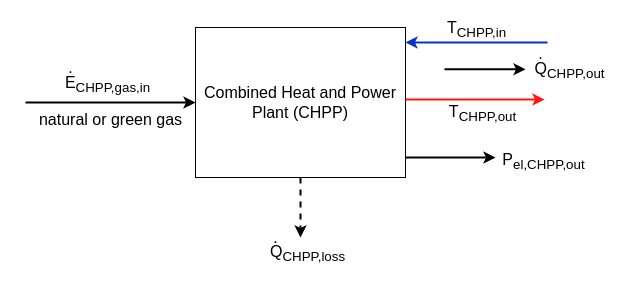
Above: docs/fig/source_files/221021_CHPP.drawio in QuaSi-Software/Documentation (draw.io), before the change. Source tidied: cells renumbered, new cells numbered last; positions are measured from the earlier drawing's top-left corner, leaving out a move shared by most shapes. Both pictures are drawn from the tidied source at 100%, with x=0, y=0 at pixel (25, 27).
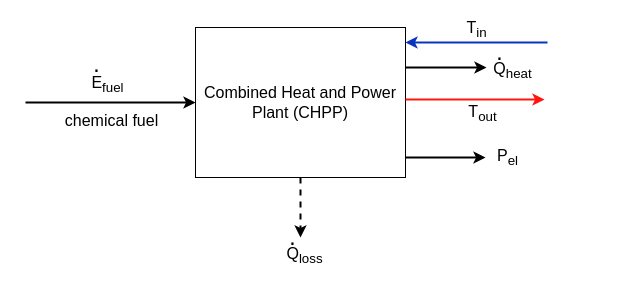
The same page after the edit.

Commit message (it also covers changes not shown here):
Update section on CHPP for changes in conventions and implementation of PLRDE.

The change refers to these unchanged cells:
```xml
<mxCell id="15" style="endArrow=classic;html=1;rounded=0;fontSize=19;entryX=-0.009;entryY=0.171;entryDx=0;entryDy=0;entryPerimeter=0;fillColor=#dae8fc;strokeColor=#0A34BF;strokeWidth=2;" parent="1" edge="1">
  <mxGeometry relative="1" as="geometry">
    <mxPoint x="522" y="15" as="sourcePoint" />
    <mxPoint x="380" y="15" as="targetPoint" />
  </mxGeometry>
</mxCell>
<mxCell id="17" style="endArrow=classic;html=1;rounded=0;fontSize=19;strokeColor=#FF170F;strokeWidth=2;" parent="1" edge="1">
  <mxGeometry relative="1" as="geometry">
    <mxPoint x="380" y="72" as="sourcePoint" />
    <mxPoint x="519" y="72" as="targetPoint" />
  </mxGeometry>
</mxCell>
```

Diff of the diagram source:
```diff
@@
-    <mxCell id="3" value="natural or green gas" style="text;html=1;align=center;verticalAlign=middle;strokeColor=none;fillColor=none;fontSize=16;" parent="1" vertex="1">
-      <mxGeometry y="77" width="170" height="30" as="geometry" />
+    <mxCell id="3" value="chemical fuel" style="text;html=1;align=center;verticalAlign=middle;strokeColor=none;fillColor=none;fontSize=16;" parent="1" vertex="1">
+      <mxGeometry x="30" y="77" width="111" height="31" as="geometry" />
     </mxCell>
-    <mxCell id="4" value="&lt;font style=&quot;font-size: 16px;&quot;&gt;E&lt;sub&gt;CHPP,g&lt;/sub&gt;&lt;sub style=&quot;&quot;&gt;as,in&lt;/sub&gt;&lt;/font&gt;" style="text;html=1;align=center;verticalAlign=middle;strokeColor=none;fillColor=none;fontSize=16;" parent="1" vertex="1">
-      <mxGeometry x="27" y="37" width="110" height="40" as="geometry" />
+    <mxCell id="4" value="&lt;font style=&quot;font-size: 16px;&quot;&gt;E&lt;sub style=&quot;&quot;&gt;fuel&lt;/sub&gt;&lt;/font&gt;" style="text;html=1;align=center;verticalAlign=middle;strokeColor=none;fillColor=none;fontSize=16;" parent="1" vertex="1">
+      <mxGeometry x="52" y="37" width="60" height="40" as="geometry" />
     </mxCell>
-    <mxCell id="5" value="." style="text;html=1;align=center;verticalAlign=middle;strokeColor=none;fillColor=none;fontSize=16;" parent="1" vertex="1">
-      <mxGeometry x="30" y="25" width="30" height="30" as="geometry" />
+    <mxCell id="5" value="." style="text;html=1;align=center;verticalAlign=middle;strokeColor=none;fillColor=none;fontSize=23;" parent="1" vertex="1">
+      <mxGeometry x="56" y="17" width="30" height="40" as="geometry" />
     </mxCell>
     <mxCell id="6" style="endArrow=classic;html=1;rounded=0;fontSize=16;strokeWidth=2;" parent="1" edge="1">
       <mxGeometry relative="1" as="geometry">
-        <mxPoint x="419" y="41.8" as="sourcePoint" />
-        <mxPoint x="500" y="41.8" as="targetPoint" />
+        <mxPoint x="380" y="40" as="sourcePoint" />
+        <mxPoint x="461" y="40" as="targetPoint" />
       </mxGeometry>
     </mxCell>
     <mxCell id="7" style="endArrow=classic;html=1;rounded=0;fontSize=16;strokeWidth=2;" parent="1" edge="1">
       <mxGeometry relative="1" as="geometry">
         <mxPoint x="370" y="130" as="sourcePoint" />
-        <mxPoint x="470" y="130" as="targetPoint" />
+        <mxPoint x="460" y="130" as="targetPoint" />
       </mxGeometry>
     </mxCell>
@@
-    <mxCell id="9" value="Q&lt;sub&gt;CHPP,out&lt;/sub&gt;" style="text;html=1;align=center;verticalAlign=middle;strokeColor=none;fillColor=none;fontSize=16;" parent="1" vertex="1">
-      <mxGeometry x="499" y="23" width="90" height="40" as="geometry" />
+    <mxCell id="9" value="Q&lt;sub&gt;heat&lt;/sub&gt;" style="text;html=1;align=center;verticalAlign=middle;strokeColor=none;fillColor=none;fontSize=16;" parent="1" vertex="1">
+      <mxGeometry x="457" y="23" width="60" height="40" as="geometry" />
     </mxCell>
-    <mxCell id="10" value="P&lt;sub&gt;el,CHPP,out&lt;/sub&gt;" style="text;html=1;align=center;verticalAlign=middle;strokeColor=none;fillColor=none;fontSize=16;" parent="1" vertex="1">
-      <mxGeometry x="463" y="114" width="110" height="40" as="geometry" />
+    <mxCell id="10" value="P&lt;sub&gt;el&lt;/sub&gt;" style="text;html=1;align=center;verticalAlign=middle;strokeColor=none;fillColor=none;fontSize=16;" parent="1" vertex="1">
+      <mxGeometry x="462" y="110" width="40" height="40" as="geometry" />
     </mxCell>
-    <mxCell id="11" value="Q&lt;sub&gt;CHPP,loss&lt;/sub&gt;" style="text;html=1;align=center;verticalAlign=middle;strokeColor=none;fillColor=none;fontSize=16;" parent="1" vertex="1">
-      <mxGeometry x="232" y="206" width="100" height="40" as="geometry" />
+    <mxCell id="11" value="Q&lt;sub&gt;loss&lt;/sub&gt;" style="text;html=1;align=center;verticalAlign=middle;strokeColor=none;fillColor=none;fontSize=16;" parent="1" vertex="1">
+      <mxGeometry x="249" y="208" width="60" height="40" as="geometry" />
     </mxCell>
-    <mxCell id="12" value="." style="text;html=1;align=center;verticalAlign=middle;strokeColor=none;fillColor=none;fontSize=16;" parent="1" vertex="1">
-      <mxGeometry x="235" y="195" width="30" height="30" as="geometry" />
+    <mxCell id="12" value="." style="text;html=1;align=center;verticalAlign=middle;strokeColor=none;fillColor=none;fontSize=23;" parent="1" vertex="1">
+      <mxGeometry x="252" y="190" width="30" height="40" as="geometry" />
     </mxCell>
-    <mxCell id="13" value="." style="text;html=1;align=center;verticalAlign=middle;strokeColor=none;fillColor=none;fontSize=16;" parent="1" vertex="1">
-      <mxGeometry x="500" y="11" width="30" height="30" as="geometry" />
+    <mxCell id="13" value="." style="text;html=1;align=center;verticalAlign=middle;strokeColor=none;fillColor=none;fontSize=23;" parent="1" vertex="1">
+      <mxGeometry x="459" y="5" width="30" height="40" as="geometry" />
     </mxCell>
@@
-    <mxCell id="16" value="&lt;font style=&quot;font-size: 16px;&quot;&gt;T&lt;sub style=&quot;&quot;&gt;CHPP,in&lt;/sub&gt;&lt;/font&gt;" style="edgeLabel;html=1;align=center;verticalAlign=middle;fontSize=16;" parent="15" vertex="1">
+    <mxCell id="16" value="&lt;font style=&quot;font-size: 16px;&quot;&gt;T&lt;sub style=&quot;&quot;&gt;in&lt;/sub&gt;&lt;/font&gt;" style="edgeLabel;html=1;align=center;verticalAlign=middle;fontSize=16;" parent="15" vertex="1">
       <mxGeometry x="-0.45" y="-1" relative="1" as="geometry">
         <mxPoint x="-33" y="-13" as="offset" />
       </mxGeometry>
     </mxCell>
@@
-    <mxCell id="18" value="&lt;font style=&quot;font-size: 16px;&quot;&gt;T&lt;sub style=&quot;&quot;&gt;CHPP,out&lt;/sub&gt;&lt;/font&gt;" style="edgeLabel;html=1;align=center;verticalAlign=middle;fontSize=16;" parent="17" vertex="1">
+    <mxCell id="18" value="&lt;font style=&quot;font-size: 16px;&quot;&gt;T&lt;sub style=&quot;&quot;&gt;out&lt;/sub&gt;&lt;/font&gt;" style="edgeLabel;html=1;align=center;verticalAlign=middle;fontSize=16;" parent="17" vertex="1">
       <mxGeometry x="-0.45" y="-1" relative="1" as="geometry">
         <mxPoint x="38" y="12" as="offset" />
       </mxGeometry>
     </mxCell>
```
